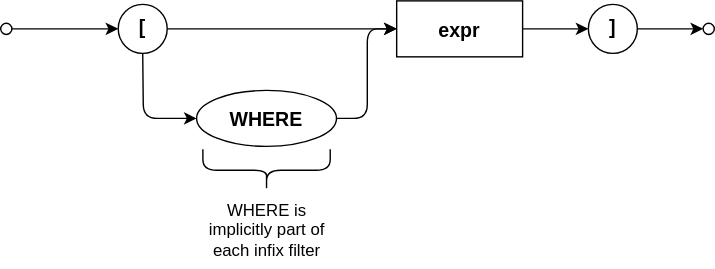
The draw.io diagram cds/assets/cxl/infix-filter.drawio.svg in capire/docs, before a commit. Source tidied: cells renumbered, new cells last; positions are measured from the earlier drawing's top-left corner, leaving out a move shared by most shapes. Its diagram source:
```xml
<mxGraphModel>
  <root>
    <mxCell id="0" />
    <mxCell id="1" parent="0" />
    <mxCell id="2" value="Best viewed with the &lt;a href=&quot;https://github.com/ariel-bentu/tam-drawio&quot;&gt;TAM plugin&lt;/a&gt;" style="text;html=1;shape=tamPluginMissing;" parent="1" vertex="1">
      <mxGeometry x="227.2" y="166" width="200" height="25" as="geometry" />
    </mxCell>
    <mxCell id="3" style="edgeStyle=none;html=1;strokeWidth=1;verticalAlign=middle;align=center;fontStyle=1;fontSize=14;" parent="1" edge="1" source="4" target="8">
      <mxGeometry relative="1" as="geometry" />
    </mxCell>
    <mxCell id="4" style="ellipse;whiteSpace=wrap;html=1;strokeWidth=1;verticalAlign=middle;align=center;fontStyle=1;fontSize=14;" parent="1" vertex="1">
      <mxGeometry y="16" width="8" height="8" as="geometry" />
    </mxCell>
    <mxCell id="5" value="WHERE" style="ellipse;align=center;newEdgeStyle={&quot;edgeStyle&quot;:&quot;entityRelationEdgeStyle&quot;,&quot;startArrow&quot;:&quot;none&quot;,&quot;endArrow&quot;:&quot;none&quot;,&quot;segment&quot;:10,&quot;curved&quot;:1,&quot;sourcePerimeterSpacing&quot;:0,&quot;targetPerimeterSpacing&quot;:0};strokeWidth=1;verticalAlign=middle;fontStyle=1;fontSize=14;" parent="1" vertex="1">
      <mxGeometry x="140" y="64" width="100" height="40" as="geometry" />
    </mxCell>
    <mxCell id="6" style="ellipse;whiteSpace=wrap;html=1;strokeWidth=1;verticalAlign=middle;align=center;fontStyle=1;fontSize=14;" parent="1" vertex="1">
      <mxGeometry x="502" y="16" width="8" height="8" as="geometry" />
    </mxCell>
    <mxCell id="7" style="edgeStyle=none;strokeWidth=1;verticalAlign=middle;align=center;fontStyle=1;fontSize=14;" parent="1" edge="1" source="8" target="12">
      <mxGeometry relative="1" as="geometry" />
    </mxCell>
    <mxCell id="8" value="[" style="ellipse;fontStyle=1;fontSize=14;verticalAlign=middle;spacingBottom=4;strokeWidth=1;align=center;spacing=0;" parent="1" vertex="1">
      <mxGeometry x="84" y="2.5" width="35" height="35" as="geometry" />
    </mxCell>
    <mxCell id="9" style="edgeStyle=none;html=1;strokeWidth=1;verticalAlign=middle;align=center;fontStyle=1;fontSize=14;" parent="1" edge="1" source="10" target="6">
      <mxGeometry relative="1" as="geometry" />
    </mxCell>
    <mxCell id="10" value="]" style="ellipse;fontStyle=1;fontSize=14;verticalAlign=middle;spacingBottom=4;strokeWidth=1;align=center;spacing=0;" parent="1" vertex="1">
      <mxGeometry x="420" y="2.5" width="35" height="35" as="geometry" />
    </mxCell>
    <mxCell id="11" style="edgeStyle=none;strokeWidth=1;verticalAlign=middle;align=center;fontStyle=1;fontSize=14;" parent="1" edge="1" source="12" target="10">
      <mxGeometry relative="1" as="geometry" />
    </mxCell>
    <mxCell id="12" value="expr" style="rounded=0;strokeWidth=1;arcSize=37;verticalAlign=middle;align=center;fontStyle=1;fontSize=14;" parent="1" vertex="1">
      <mxGeometry x="283" width="90" height="40" as="geometry" />
    </mxCell>
    <mxCell id="13" style="edgeStyle=elbowEdgeStyle;labelBackgroundColor=none;rounded=1;elbow=horizontal;endArrow=classic;endFill=1;align=center;exitX=0.5;exitY=1;exitDx=0;exitDy=0;entryX=0;entryY=0.5;entryDx=0;entryDy=0;strokeWidth=1;verticalAlign=middle;fontStyle=1;fontSize=14;" parent="1" edge="1" source="8" target="5">
      <mxGeometry relative="1" as="geometry">
        <Array as="points">
          <mxPoint x="102" y="78" />
        </Array>
      </mxGeometry>
    </mxCell>
    <mxCell id="14" style="edgeStyle=elbowEdgeStyle;labelBackgroundColor=none;rounded=1;elbow=horizontal;endArrow=classic;endFill=1;align=center;exitX=1;exitY=0.5;exitDx=0;exitDy=0;entryX=0;entryY=0.5;entryDx=0;entryDy=0;strokeWidth=1;verticalAlign=middle;fontStyle=1;fontSize=14;" parent="1" edge="1" source="5" target="12">
      <mxGeometry relative="1" as="geometry" />
    </mxCell>
    <mxCell id="15" value="WHERE is implicitly part of each infix filter" style="shape=curlyBracket;whiteSpace=wrap;html=1;rounded=1;flipH=1;labelPosition=center;verticalLabelPosition=bottom;align=center;verticalAlign=top;flipV=0;direction=north;" parent="1" vertex="1">
      <mxGeometry x="144.5" y="106" width="91" height="30" as="geometry" />
    </mxCell>
  </root>
</mxGraphModel>
```
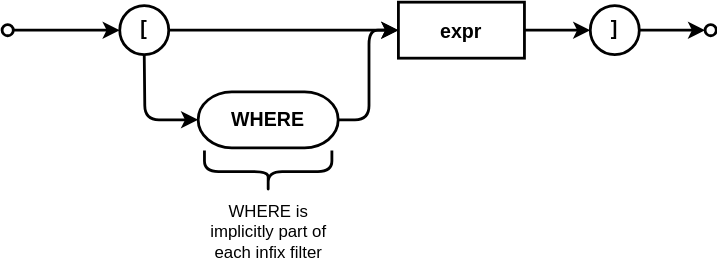
After the change.

Diff of the diagram source:
```diff
@@ -5,47 +5,47 @@
     <mxCell id="2" value="Best viewed with the &lt;a href=&quot;https://github.com/ariel-bentu/tam-drawio&quot;&gt;TAM plugin&lt;/a&gt;" style="text;html=1;shape=tamPluginMissing;" parent="1" vertex="1">
       <mxGeometry x="227.2" y="166" width="200" height="25" as="geometry" />
     </mxCell>
-    <mxCell id="3" style="edgeStyle=none;html=1;strokeWidth=1;verticalAlign=middle;align=center;fontStyle=1;fontSize=14;" parent="1" edge="1" source="4" target="8">
+    <mxCell id="3" style="edgeStyle=none;html=1;strokeWidth=2;verticalAlign=middle;align=center;fontStyle=1;fontSize=14;" parent="1" edge="1" source="4" target="8">
       <mxGeometry relative="1" as="geometry" />
     </mxCell>
-    <mxCell id="4" style="ellipse;whiteSpace=wrap;html=1;strokeWidth=1;verticalAlign=middle;align=center;fontStyle=1;fontSize=14;" parent="1" vertex="1">
+    <mxCell id="4" style="ellipse;whiteSpace=wrap;html=1;strokeWidth=2;verticalAlign=middle;align=center;fontStyle=1;fontSize=14;" parent="1" vertex="1">
       <mxGeometry y="16" width="8" height="8" as="geometry" />
     </mxCell>
-    <mxCell id="5" value="WHERE" style="ellipse;align=center;newEdgeStyle={&quot;edgeStyle&quot;:&quot;entityRelationEdgeStyle&quot;,&quot;startArrow&quot;:&quot;none&quot;,&quot;endArrow&quot;:&quot;none&quot;,&quot;segment&quot;:10,&quot;curved&quot;:1,&quot;sourcePerimeterSpacing&quot;:0,&quot;targetPerimeterSpacing&quot;:0};strokeWidth=1;verticalAlign=middle;fontStyle=1;fontSize=14;" parent="1" vertex="1">
+    <mxCell id="5" value="WHERE" style="align=center;newEdgeStyle={&quot;edgeStyle&quot;:&quot;entityRelationEdgeStyle&quot;,&quot;startArrow&quot;:&quot;none&quot;,&quot;endArrow&quot;:&quot;none&quot;,&quot;segment&quot;:10,&quot;curved&quot;:1,&quot;sourcePerimeterSpacing&quot;:0,&quot;targetPerimeterSpacing&quot;:0};strokeWidth=2;verticalAlign=middle;fontStyle=1;fontSize=14;rounded=1;whiteSpace=wrap;html=1;arcSize=60;" parent="1" vertex="1">
       <mxGeometry x="140" y="64" width="100" height="40" as="geometry" />
     </mxCell>
-    <mxCell id="6" style="ellipse;whiteSpace=wrap;html=1;strokeWidth=1;verticalAlign=middle;align=center;fontStyle=1;fontSize=14;" parent="1" vertex="1">
+    <mxCell id="6" style="ellipse;whiteSpace=wrap;html=1;strokeWidth=2;verticalAlign=middle;align=center;fontStyle=1;fontSize=14;" parent="1" vertex="1">
       <mxGeometry x="502" y="16" width="8" height="8" as="geometry" />
     </mxCell>
-    <mxCell id="7" style="edgeStyle=none;strokeWidth=1;verticalAlign=middle;align=center;fontStyle=1;fontSize=14;" parent="1" edge="1" source="8" target="12">
+    <mxCell id="7" style="edgeStyle=none;strokeWidth=2;verticalAlign=middle;align=center;fontStyle=1;fontSize=14;" parent="1" edge="1" source="8" target="12">
       <mxGeometry relative="1" as="geometry" />
     </mxCell>
-    <mxCell id="8" value="[" style="ellipse;fontStyle=1;fontSize=14;verticalAlign=middle;spacingBottom=4;strokeWidth=1;align=center;spacing=0;" parent="1" vertex="1">
+    <mxCell id="8" value="[" style="ellipse;fontStyle=1;fontSize=14;verticalAlign=middle;spacingBottom=4;strokeWidth=2;align=center;spacing=0;" parent="1" vertex="1">
       <mxGeometry x="84" y="2.5" width="35" height="35" as="geometry" />
     </mxCell>
-    <mxCell id="9" style="edgeStyle=none;html=1;strokeWidth=1;verticalAlign=middle;align=center;fontStyle=1;fontSize=14;" parent="1" edge="1" source="10" target="6">
+    <mxCell id="9" style="edgeStyle=none;html=1;strokeWidth=2;verticalAlign=middle;align=center;fontStyle=1;fontSize=14;" parent="1" edge="1" source="10" target="6">
       <mxGeometry relative="1" as="geometry" />
     </mxCell>
-    <mxCell id="10" value="]" style="ellipse;fontStyle=1;fontSize=14;verticalAlign=middle;spacingBottom=4;strokeWidth=1;align=center;spacing=0;" parent="1" vertex="1">
+    <mxCell id="10" value="]" style="ellipse;fontStyle=1;fontSize=14;verticalAlign=middle;spacingBottom=4;strokeWidth=2;align=center;spacing=0;" parent="1" vertex="1">
       <mxGeometry x="420" y="2.5" width="35" height="35" as="geometry" />
     </mxCell>
-    <mxCell id="11" style="edgeStyle=none;strokeWidth=1;verticalAlign=middle;align=center;fontStyle=1;fontSize=14;" parent="1" edge="1" source="12" target="10">
+    <mxCell id="11" style="edgeStyle=none;strokeWidth=2;verticalAlign=middle;align=center;fontStyle=1;fontSize=14;" parent="1" edge="1" source="12" target="10">
       <mxGeometry relative="1" as="geometry" />
     </mxCell>
-    <mxCell id="12" value="expr" style="rounded=0;strokeWidth=1;arcSize=37;verticalAlign=middle;align=center;fontStyle=1;fontSize=14;" parent="1" vertex="1">
+    <mxCell id="12" value="expr" style="rounded=0;strokeWidth=2;arcSize=37;verticalAlign=middle;align=center;fontStyle=1;fontSize=14;" parent="1" vertex="1">
       <mxGeometry x="283" width="90" height="40" as="geometry" />
     </mxCell>
-    <mxCell id="13" style="edgeStyle=elbowEdgeStyle;labelBackgroundColor=none;rounded=1;elbow=horizontal;endArrow=classic;endFill=1;align=center;exitX=0.5;exitY=1;exitDx=0;exitDy=0;entryX=0;entryY=0.5;entryDx=0;entryDy=0;strokeWidth=1;verticalAlign=middle;fontStyle=1;fontSize=14;" parent="1" edge="1" source="8" target="5">
+    <mxCell id="13" style="edgeStyle=elbowEdgeStyle;labelBackgroundColor=none;rounded=1;elbow=horizontal;endArrow=classic;endFill=1;align=center;exitX=0.5;exitY=1;exitDx=0;exitDy=0;entryX=0;entryY=0.5;entryDx=0;entryDy=0;strokeWidth=2;verticalAlign=middle;fontStyle=1;fontSize=14;" parent="1" edge="1" source="8" target="5">
       <mxGeometry relative="1" as="geometry">
         <Array as="points">
           <mxPoint x="102" y="78" />
         </Array>
       </mxGeometry>
     </mxCell>
-    <mxCell id="14" style="edgeStyle=elbowEdgeStyle;labelBackgroundColor=none;rounded=1;elbow=horizontal;endArrow=classic;endFill=1;align=center;exitX=1;exitY=0.5;exitDx=0;exitDy=0;entryX=0;entryY=0.5;entryDx=0;entryDy=0;strokeWidth=1;verticalAlign=middle;fontStyle=1;fontSize=14;" parent="1" edge="1" source="5" target="12">
+    <mxCell id="14" style="edgeStyle=elbowEdgeStyle;labelBackgroundColor=none;rounded=1;elbow=horizontal;endArrow=classic;endFill=1;align=center;exitX=1;exitY=0.5;exitDx=0;exitDy=0;entryX=0;entryY=0.5;entryDx=0;entryDy=0;strokeWidth=2;verticalAlign=middle;fontStyle=1;fontSize=14;" parent="1" edge="1" source="5" target="12">
       <mxGeometry relative="1" as="geometry" />
     </mxCell>
-    <mxCell id="15" value="WHERE is implicitly part of each infix filter" style="shape=curlyBracket;whiteSpace=wrap;html=1;rounded=1;flipH=1;labelPosition=center;verticalLabelPosition=bottom;align=center;verticalAlign=top;flipV=0;direction=north;" parent="1" vertex="1">
+    <mxCell id="15" value="WHERE is implicitly part of each infix filter" style="shape=curlyBracket;whiteSpace=wrap;html=1;rounded=1;flipH=1;labelPosition=center;verticalLabelPosition=bottom;align=center;verticalAlign=top;flipV=0;direction=north;strokeWidth=2;" parent="1" vertex="1">
       <mxGeometry x="144.5" y="106" width="91" height="30" as="geometry" />
     </mxCell>
   </root>
```
